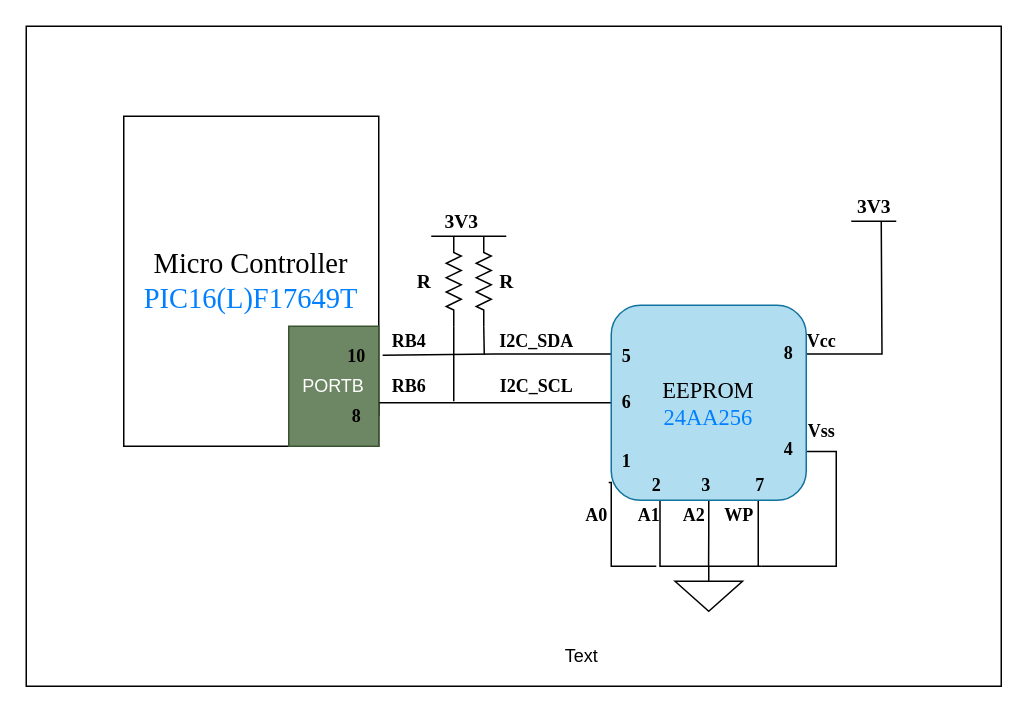
Earlier version of the draw.io diagram page "Page-3" (3 of 5) of Untitled Diagram.drawio (francis-job/BLOCK_DIAGRAMS). Source tidied: cells renumbered, new cells numbered last; positions are measured from the earlier drawing's top-left corner, leaving out a move shared by most shapes. Both pictures are drawn from the tidied source at 150%, with x=0, y=0 at pixel (26, 26).
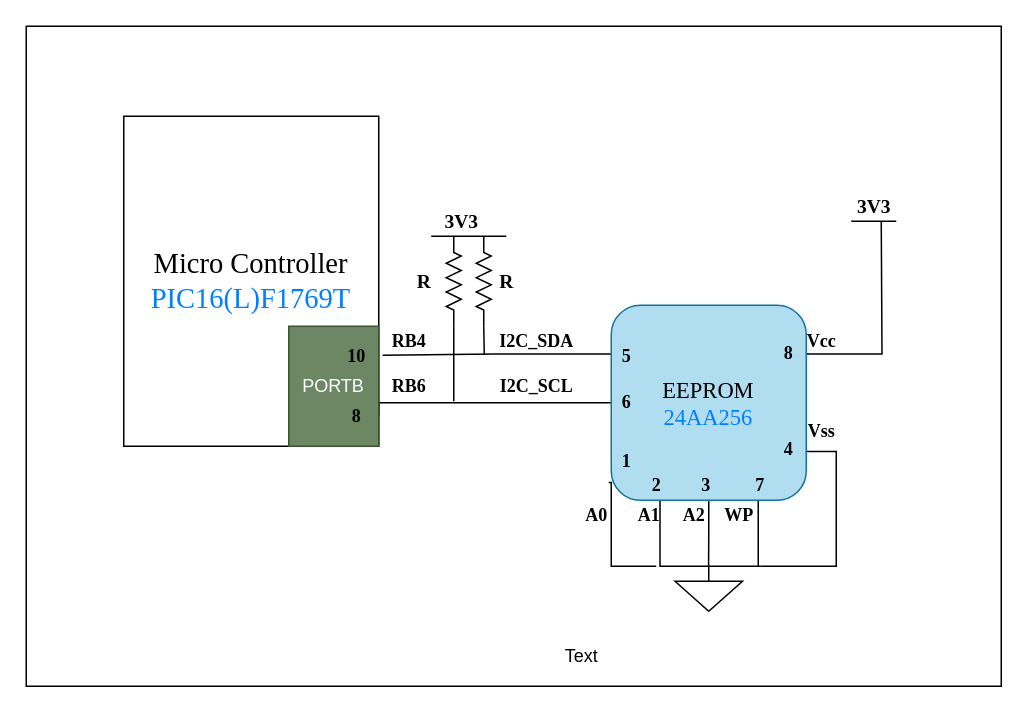
The same diagram, later.

What changed in the source:
```diff
@@
-    <mxCell id="3" value="&lt;span style=&quot;font-family: &amp;#34;times new roman&amp;#34; ; font-size: 19px&quot;&gt;Micro Controller&lt;/span&gt;&lt;br style=&quot;font-family: &amp;#34;times new roman&amp;#34; ; font-size: 19px&quot;&gt;&lt;font color=&quot;#007fff&quot; style=&quot;font-family: &amp;#34;times new roman&amp;#34; ; font-size: 19px&quot;&gt;PIC16(L)F17649T&lt;/font&gt;" style="rounded=0;whiteSpace=wrap;html=1;" parent="1" vertex="1">
+    <mxCell id="3" value="&lt;span style=&quot;font-family: &amp;#34;times new roman&amp;#34; ; font-size: 19px&quot;&gt;Micro Controller&lt;/span&gt;&lt;br style=&quot;font-family: &amp;#34;times new roman&amp;#34; ; font-size: 19px&quot;&gt;&lt;font color=&quot;#007fff&quot; style=&quot;font-family: &amp;#34;times new roman&amp;#34; ; font-size: 19px&quot;&gt;PIC16(L)F1769T&lt;/font&gt;" style="rounded=0;whiteSpace=wrap;html=1;" parent="1" vertex="1">
       <mxGeometry x="65" y="60" width="170" height="220" as="geometry" />
     </mxCell>
```
